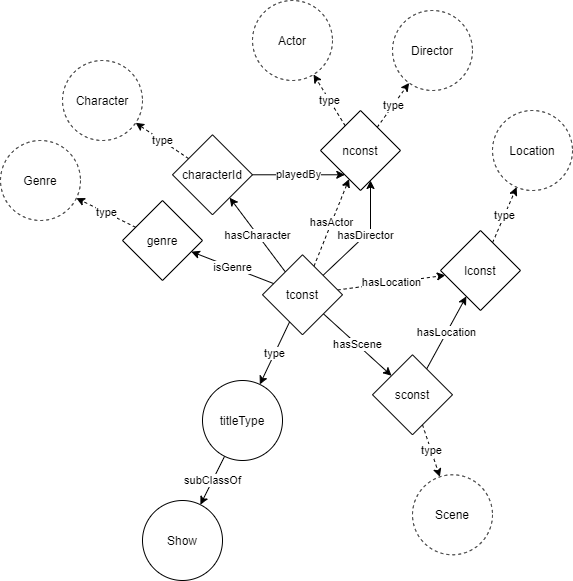
AlexHoorn/MovieLocationsOntology keeps this draw.io diagram as ontology/images/inferences/overview.png. Above is the earlier version. Source tidied: cells renumbered, new cells last; positions are measured from the earlier drawing's top-left corner, leaving out a move shared by most shapes.
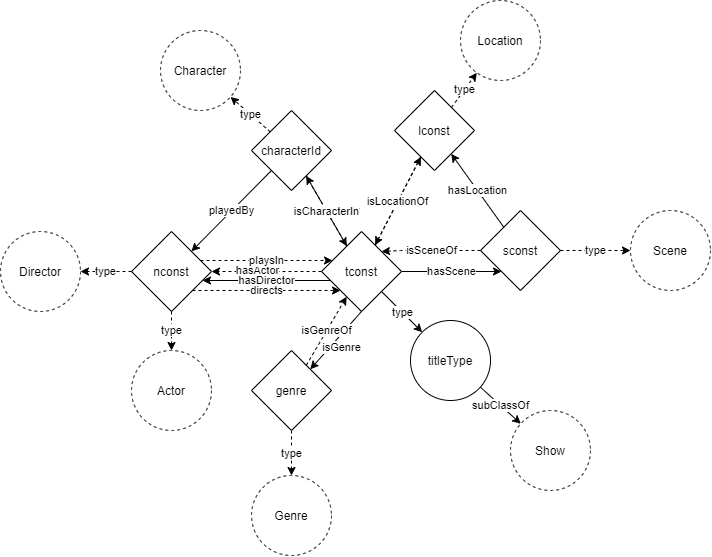
The same diagram one commit later.

The edit, as a diff of the source:
```diff
@@ -2,99 +2,129 @@
   <root>
     <mxCell id="0" />
     <mxCell id="1" parent="0" />
-    <mxCell id="2" value="hasScene" style="edgeStyle=orthogonalEdgeStyle;rounded=0;jettySize=auto;html=1;noEdgeStyle=1;" parent="1" edge="1" source="5" target="22">
+    <mxCell id="2" value="hasScene" style="jettySize=auto;html=1;rounded=0;orthogonal=1;" parent="1" edge="1" source="5" target="22">
       <mxGeometry relative="1" as="geometry" />
     </mxCell>
-    <mxCell id="3" value="hasActor" style="edgeStyle=none;rounded=0;jettySize=auto;html=1;dashed=1;strokeWidth=1;noEdgeStyle=1;" parent="1" edge="1" source="5" target="13">
-      <mxGeometry relative="1" as="geometry" />
+    <mxCell id="3" value="hasActor" style="jettySize=auto;html=1;dashed=1;strokeWidth=1;rounded=0;orthogonal=1;" parent="1" edge="1" source="5" target="13">
+      <mxGeometry x="0.17" y="-1" relative="1" as="geometry" />
     </mxCell>
-    <mxCell id="4" value="hasLocation" style="edgeStyle=none;rounded=0;jettySize=auto;html=1;dashed=1;strokeWidth=1;noEdgeStyle=1;" parent="1" edge="1" source="5" target="24">
+    <mxCell id="4" value="hasLocation" style="jettySize=auto;html=1;dashed=1;strokeWidth=1;rounded=0;orthogonal=1;" parent="1" edge="1" source="5" target="24">
       <mxGeometry relative="1" as="geometry" />
     </mxCell>
     <mxCell id="5" value="tconst" style="rhombus;whiteSpace=wrap;html=1;" parent="1" vertex="1">
-      <mxGeometry x="262" y="254.3" width="80" height="80" as="geometry" />
+      <mxGeometry x="311" y="161" width="80" height="80" as="geometry" />
     </mxCell>
-    <mxCell id="6" value="hasCharacter" style="edgeStyle=orthogonalEdgeStyle;rounded=0;jettySize=auto;html=1;noEdgeStyle=1;orthogonal=1;jumpStyle=gap;" parent="1" edge="1" source="5" target="9">
+    <mxCell id="6" value="hasCharacter" style="jettySize=auto;html=1;orthogonal=1;jumpStyle=gap;rounded=0;" parent="1" edge="1" source="5" target="9">
       <mxGeometry relative="1" as="geometry" />
     </mxCell>
-    <mxCell id="7" value="playedBy" style="edgeStyle=orthogonalEdgeStyle;rounded=0;jumpStyle=gap;jettySize=auto;html=1;noEdgeStyle=1;orthogonal=1;" parent="1" edge="1" source="9" target="13">
+    <mxCell id="7" value="playedBy" style="jumpStyle=gap;jettySize=auto;html=1;orthogonal=1;rounded=0;exitX=0;exitY=1;exitDx=0;exitDy=0;" parent="1" edge="1" source="9" target="13">
       <mxGeometry relative="1" as="geometry" />
     </mxCell>
-    <mxCell id="8" value="type" style="edgeStyle=none;rounded=0;jettySize=auto;html=1;dashed=1;strokeWidth=1;noEdgeStyle=1;" parent="1" edge="1" source="9" target="25">
+    <mxCell id="8" value="type" style="jettySize=auto;html=1;dashed=1;strokeWidth=1;rounded=0;orthogonal=1;" parent="1" edge="1" source="9" target="25">
       <mxGeometry relative="1" as="geometry" />
     </mxCell>
+    <mxCell id="32" value="isCharacterIn" style="jettySize=auto;html=1;dashed=1;rounded=0;orthogonal=1;" parent="1" edge="1" source="9" target="5">
+      <mxGeometry relative="1" as="geometry" />
+    </mxCell>
     <mxCell id="9" value="characterId" style="rhombus;whiteSpace=wrap;html=1;" parent="1" vertex="1">
-      <mxGeometry x="172" y="134.3" width="80" height="80" as="geometry" />
+      <mxGeometry x="241" y="40" width="80" height="80" as="geometry" />
     </mxCell>
-    <mxCell id="10" value="hasDirector" style="edgeStyle=orthogonalEdgeStyle;rounded=0;jettySize=auto;html=1;noEdgeStyle=1;orthogonal=1;jumpStyle=gap;" parent="1" edge="1" source="5" target="13">
+    <mxCell id="10" value="hasDirector" style="jettySize=auto;html=1;orthogonal=1;jumpStyle=gap;rounded=0;" parent="1" edge="1" source="5" target="13">
       <mxGeometry relative="1" as="geometry">
         <Array as="points">
-          <mxPoint x="370" y="230" />
+          <mxPoint x="260" y="210" />
         </Array>
       </mxGeometry>
     </mxCell>
-    <mxCell id="11" value="type" style="edgeStyle=none;rounded=0;jettySize=auto;html=1;dashed=1;strokeWidth=1;noEdgeStyle=1;" parent="1" edge="1" source="13" target="26">
+    <mxCell id="11" value="type" style="jettySize=auto;html=1;dashed=1;strokeWidth=1;rounded=0;orthogonal=1;" parent="1" edge="1" source="13" target="26">
       <mxGeometry relative="1" as="geometry" />
     </mxCell>
-    <mxCell id="12" value="type" style="edgeStyle=none;rounded=0;jettySize=auto;html=1;dashed=1;strokeWidth=1;noEdgeStyle=1;" parent="1" edge="1" source="13" target="27">
+    <mxCell id="12" value="type" style="jettySize=auto;html=1;dashed=1;strokeWidth=1;rounded=0;orthogonal=1;" parent="1" edge="1" source="13" target="27">
       <mxGeometry relative="1" as="geometry" />
     </mxCell>
+    <mxCell id="33" value="playsIn" style="jettySize=auto;html=1;dashed=1;rounded=0;orthogonal=1;" parent="1" edge="1" source="13" target="5">
+      <mxGeometry relative="1" as="geometry">
+        <Array as="points">
+          <mxPoint x="220" y="190" />
+        </Array>
+      </mxGeometry>
+    </mxCell>
+    <mxCell id="34" value="directs" style="jettySize=auto;html=1;dashed=1;rounded=0;orthogonal=1;" parent="1" edge="1" source="13" target="5">
+      <mxGeometry relative="1" as="geometry">
+        <Array as="points">
+          <mxPoint x="230" y="220" />
+        </Array>
+      </mxGeometry>
+    </mxCell>
     <mxCell id="13" value="nconst" style="rhombus;whiteSpace=wrap;html=1;" parent="1" vertex="1">
-      <mxGeometry x="320" y="110" width="80" height="80" as="geometry" />
+      <mxGeometry x="121" y="161" width="80" height="80" as="geometry" />
     </mxCell>
-    <mxCell id="14" value="isGenre" style="edgeStyle=orthogonalEdgeStyle;rounded=0;jettySize=auto;html=1;noEdgeStyle=1;orthogonal=1;jumpStyle=gap;" parent="1" edge="1" source="5" target="16">
-      <mxGeometry relative="1" as="geometry" />
+    <mxCell id="14" value="isGenre" style="jettySize=auto;html=1;orthogonal=1;jumpStyle=gap;rounded=0;exitX=0.5;exitY=1;exitDx=0;exitDy=0;" parent="1" edge="1" source="5" target="16">
+      <mxGeometry x="0.04" y="9" relative="1" as="geometry" />
     </mxCell>
-    <mxCell id="15" value="type" style="edgeStyle=none;rounded=0;jettySize=auto;html=1;dashed=1;strokeWidth=1;noEdgeStyle=1;" parent="1" edge="1" source="16" target="31">
+    <mxCell id="15" value="type" style="jettySize=auto;html=1;dashed=1;strokeWidth=1;rounded=0;orthogonal=1;" parent="1" edge="1" source="16" target="31">
       <mxGeometry relative="1" as="geometry" />
     </mxCell>
+    <mxCell id="35" value="isGenreOf" style="jettySize=auto;html=1;dashed=1;rounded=0;orthogonal=1;" parent="1" edge="1" source="16" target="5">
+      <mxGeometry relative="1" as="geometry" />
+    </mxCell>
     <mxCell id="16" value="genre" style="rhombus;whiteSpace=wrap;html=1;" parent="1" vertex="1">
-      <mxGeometry x="122" y="200" width="80" height="80" as="geometry" />
+      <mxGeometry x="241" y="280" width="80" height="80" as="geometry" />
     </mxCell>
-    <mxCell id="17" value="type" style="edgeStyle=orthogonalEdgeStyle;rounded=0;jettySize=auto;html=1;noEdgeStyle=1;orthogonal=1;jumpStyle=gap;" parent="1" edge="1" source="5" target="19">
+    <mxCell id="17" value="type" style="jettySize=auto;html=1;orthogonal=1;jumpStyle=gap;rounded=0;" parent="1" edge="1" source="5" target="19">
       <mxGeometry relative="1" as="geometry" />
     </mxCell>
-    <mxCell id="18" value="subClassOf" style="edgeStyle=none;rounded=0;jettySize=auto;html=1;strokeWidth=1;noEdgeStyle=1;" parent="1" edge="1" source="19" target="28">
+    <mxCell id="18" value="subClassOf" style="jettySize=auto;html=1;strokeWidth=1;rounded=0;orthogonal=1;" parent="1" edge="1" source="19" target="28">
       <mxGeometry relative="1" as="geometry" />
     </mxCell>
     <mxCell id="19" value="titleType" style="ellipse;whiteSpace=wrap;html=1;" parent="1" vertex="1">
-      <mxGeometry x="202" y="380" width="80" height="80" as="geometry" />
+      <mxGeometry x="400" y="250" width="80" height="80" as="geometry" />
     </mxCell>
-    <mxCell id="20" value="hasLocation" style="edgeStyle=orthogonalEdgeStyle;rounded=0;jettySize=auto;html=1;noEdgeStyle=1;" parent="1" edge="1" source="22" target="24">
+    <mxCell id="20" value="hasLocation" style="jettySize=auto;html=1;rounded=0;orthogonal=1;" parent="1" edge="1" source="22" target="24">
       <mxGeometry relative="1" as="geometry" />
     </mxCell>
-    <mxCell id="21" value="type" style="edgeStyle=none;rounded=0;jettySize=auto;html=1;strokeWidth=1;dashed=1;noEdgeStyle=1;" parent="1" edge="1" source="22" target="29">
+    <mxCell id="21" value="type" style="jettySize=auto;html=1;strokeWidth=1;dashed=1;rounded=0;orthogonal=1;" parent="1" edge="1" source="22" target="29">
       <mxGeometry relative="1" as="geometry" />
     </mxCell>
+    <mxCell id="36" value="isSceneOf" style="jettySize=auto;html=1;dashed=1;rounded=0;orthogonal=1;entryX=1;entryY=0;entryDx=0;entryDy=0;" parent="1" edge="1" source="22" target="5">
+      <mxGeometry relative="1" as="geometry">
+        <Array as="points">
+          <mxPoint x="390" y="180" />
+        </Array>
+      </mxGeometry>
+    </mxCell>
     <mxCell id="22" value="sconst" style="rhombus;whiteSpace=wrap;html=1;" parent="1" vertex="1">
-      <mxGeometry x="372" y="354.3" width="80" height="80" as="geometry" />
+      <mxGeometry x="470" y="140" width="80" height="80" as="geometry" />
     </mxCell>
-    <mxCell id="23" value="type" style="edgeStyle=none;rounded=0;jettySize=auto;html=1;dashed=1;strokeWidth=1;noEdgeStyle=1;" parent="1" edge="1" source="24" target="30">
+    <mxCell id="23" value="type" style="jettySize=auto;html=1;dashed=1;strokeWidth=1;rounded=0;orthogonal=1;" parent="1" edge="1" source="24" target="30">
       <mxGeometry relative="1" as="geometry" />
     </mxCell>
+    <mxCell id="37" value="isLocationOf" style="jettySize=auto;html=1;dashed=1;rounded=0;orthogonal=1;" parent="1" edge="1" source="24" target="5">
+      <mxGeometry relative="1" as="geometry" />
+    </mxCell>
     <mxCell id="24" value="lconst" style="rhombus;whiteSpace=wrap;html=1;" parent="1" vertex="1">
-      <mxGeometry x="440" y="230" width="80" height="80" as="geometry" />
+      <mxGeometry x="384" y="20" width="80" height="80" as="geometry" />
     </mxCell>
     <mxCell id="25" value="Character" style="ellipse;whiteSpace=wrap;html=1;dashed=1;" parent="1" vertex="1">
-      <mxGeometry x="62" y="60" width="80" height="80" as="geometry" />
+      <mxGeometry x="150" y="-40" width="80" height="80" as="geometry" />
     </mxCell>
     <mxCell id="26" value="Actor" style="ellipse;whiteSpace=wrap;html=1;dashed=1;" parent="1" vertex="1">
-      <mxGeometry x="252" width="80" height="80" as="geometry" />
+      <mxGeometry x="121" y="280" width="80" height="80" as="geometry" />
     </mxCell>
     <mxCell id="27" value="Director" style="ellipse;whiteSpace=wrap;html=1;dashed=1;" parent="1" vertex="1">
-      <mxGeometry x="392" y="10" width="80" height="80" as="geometry" />
+      <mxGeometry x="-10" y="161" width="80" height="80" as="geometry" />
     </mxCell>
-    <mxCell id="28" value="Show" style="ellipse;whiteSpace=wrap;html=1;" parent="1" vertex="1">
-      <mxGeometry x="142" y="500" width="80" height="80" as="geometry" />
+    <mxCell id="28" value="Show" style="ellipse;whiteSpace=wrap;html=1;dashed=1;" parent="1" vertex="1">
+      <mxGeometry x="500" y="340" width="80" height="80" as="geometry" />
     </mxCell>
     <mxCell id="29" value="Scene" style="ellipse;whiteSpace=wrap;html=1;dashed=1;" parent="1" vertex="1">
-      <mxGeometry x="412" y="474.3" width="80" height="80" as="geometry" />
+      <mxGeometry x="620" y="140" width="80" height="80" as="geometry" />
     </mxCell>
     <mxCell id="30" value="Location" style="ellipse;whiteSpace=wrap;html=1;dashed=1;" parent="1" vertex="1">
-      <mxGeometry x="492" y="110" width="80" height="80" as="geometry" />
+      <mxGeometry x="450" y="-70" width="80" height="80" as="geometry" />
     </mxCell>
     <mxCell id="31" value="Genre" style="ellipse;whiteSpace=wrap;html=1;dashed=1;" parent="1" vertex="1">
-      <mxGeometry y="140" width="80" height="80" as="geometry" />
+      <mxGeometry x="241" y="405" width="80" height="80" as="geometry" />
     </mxCell>
   </root>
 </mxGraphModel>
```
